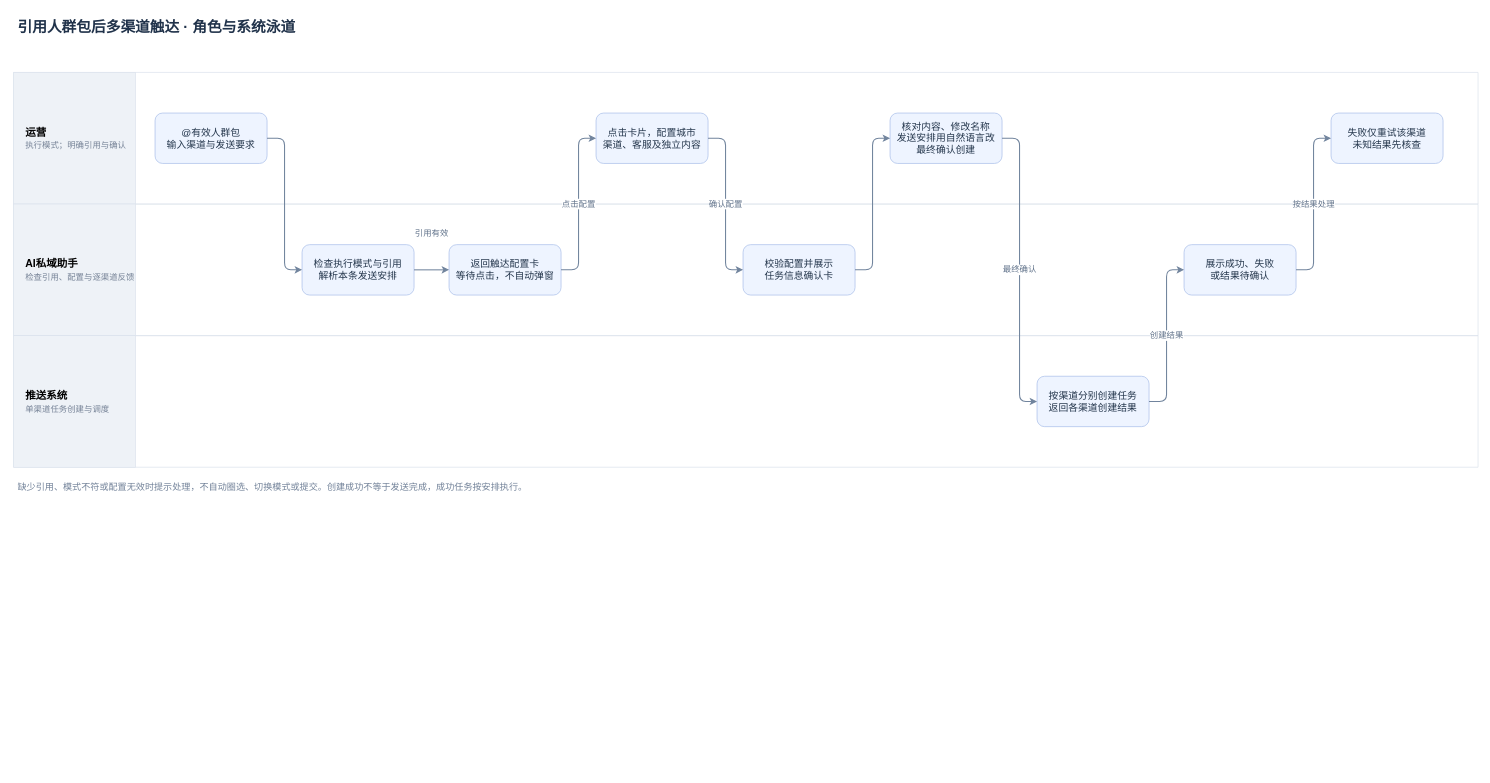
Above: page "引用人群包后多渠道触达｜系统角色泳道" (2 of 3) of message-notifications/消息通知-角色与系统业务流程.drawio in JZT-AI/ai-proactive-activation (draw.io), before the change. Source tidied: cells renumbered, new cells numbered last; positions are measured from the earlier drawing's top-left corner, leaving out a move shared by most shapes. Both pictures are drawn from the tidied source at 70%, with x=0, y=0 at pixel (13, 13).
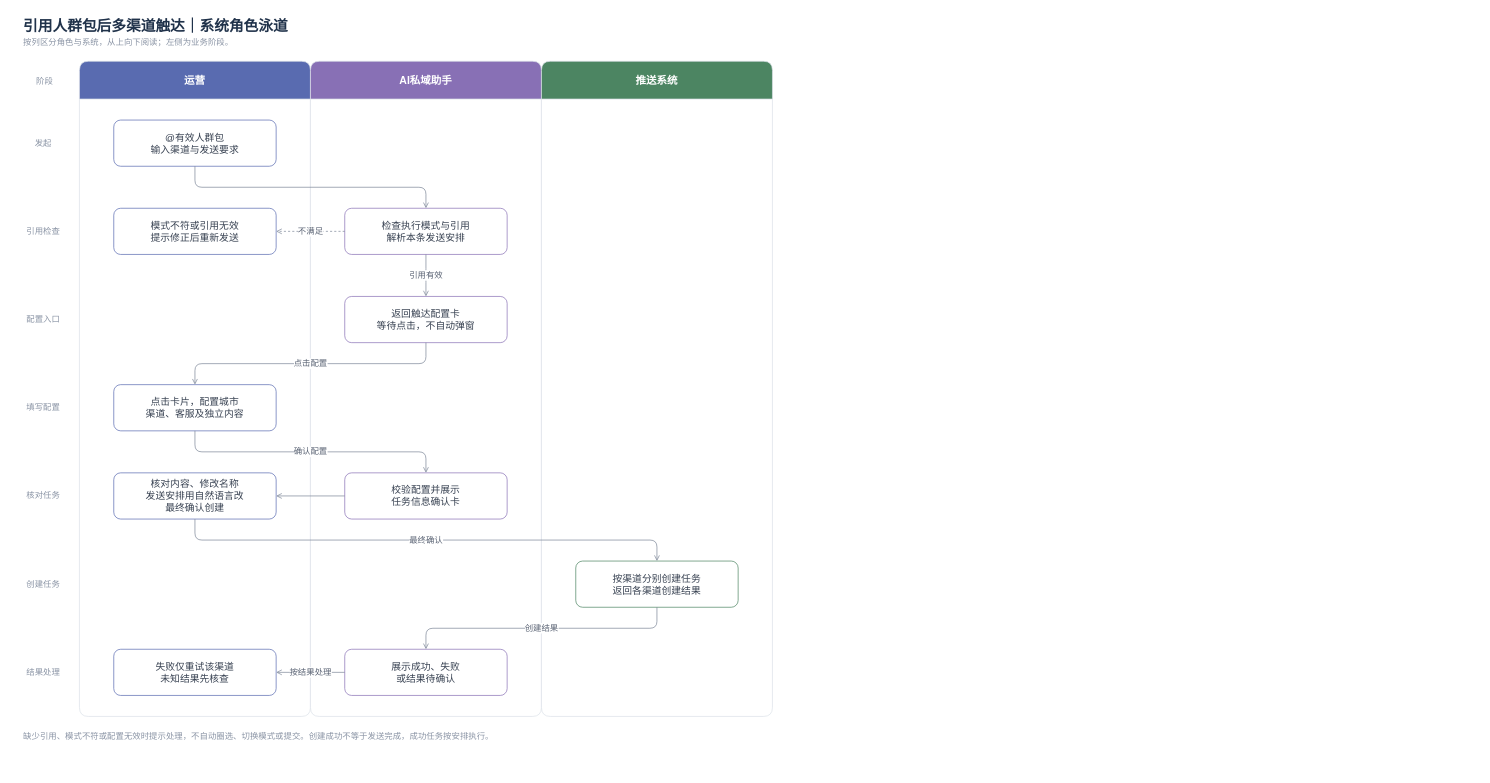
After the change.

Diff of the diagram source:
```diff
@@
-    <mxCell id="2" value="引用人群包后多渠道触达 · 角色与系统泳道" style="text;html=1;fontSize=21;fontStyle=1;fontColor=#20324a;align=left;" parent="1" vertex="1">
-      <mxGeometry x="4" width="2084" height="32" as="geometry" />
+    <mxCell id="2" value="引用人群包后多渠道触达｜系统角色泳道" style="text;html=1;fontSize=21;fontStyle=1;fontColor=#20324a;align=left;" parent="1" vertex="1">
+      <mxGeometry x="12" y="-2" width="1066" height="32" as="geometry" />
     </mxCell>
-    <mxCell id="3" style="swimlane;horizontal=1;startSize=0;fillColor=#ffffff;strokeColor=#dce3ed;" parent="1" vertex="1">
-      <mxGeometry y="84" width="2092" height="188" as="geometry" />
+    <mxCell id="3" value="按列区分角色与系统，从上向下阅读；左侧为业务阶段。" style="text;html=1;fontSize=12;fontColor=#8993a4;align=left;" parent="1" vertex="1">
+      <mxGeometry x="12" y="27" width="1066" height="24" as="geometry" />
     </mxCell>
-    <mxCell id="4" value="运营&lt;br&gt;&lt;font style=&quot;font-size:12px;font-weight:normal;color:#758296&quot;&gt;执行模式；明确引用与确认&lt;/font&gt;" style="rounded=0;whiteSpace=wrap;html=1;fillColor=#eef2f7;strokeColor=#dce3ed;fontSize=15;fontStyle=1;align=left;spacingLeft=15;" parent="3" vertex="1">
-      <mxGeometry width="174" height="188" as="geometry" />
+    <mxCell id="4" value="阶段" style="text;html=1;fontSize=12;fontColor=#8993a4;align=center;" parent="1" vertex="1">
+      <mxGeometry x="6" y="83" width="76" height="24" as="geometry" />
     </mxCell>
-    <mxCell id="5" style="swimlane;horizontal=1;startSize=0;fillColor=#f8fafc;strokeColor=#dce3ed;" parent="1" vertex="1">
-      <mxGeometry y="272" width="2092" height="188" as="geometry" />
+    <mxCell id="5" value="运营" style="swimlane;horizontal=1;startSize=54;rounded=1;arcSize=8;fillColor=#596bb0;swimlaneFillColor=#ffffff;strokeColor=#dce1e9;fontColor=#ffffff;fontSize=15;fontStyle=1;" parent="1" vertex="1">
+      <mxGeometry x="94" y="68" width="330" height="936" as="geometry" />
     </mxCell>
-    <mxCell id="6" value="AI私域助手&lt;br&gt;&lt;font style=&quot;font-size:12px;font-weight:normal;color:#758296&quot;&gt;检查引用、配置与逐渠道反馈&lt;/font&gt;" style="rounded=0;whiteSpace=wrap;html=1;fillColor=#eef2f7;strokeColor=#dce3ed;fontSize=15;fontStyle=1;align=left;spacingLeft=15;" parent="5" vertex="1">
-      <mxGeometry width="174" height="188" as="geometry" />
+    <mxCell id="6" value="AI私域助手" style="swimlane;horizontal=1;startSize=54;rounded=1;arcSize=8;fillColor=#8870b5;swimlaneFillColor=#ffffff;strokeColor=#dce1e9;fontColor=#ffffff;fontSize=15;fontStyle=1;" parent="1" vertex="1">
+      <mxGeometry x="424" y="68" width="330" height="936" as="geometry" />
     </mxCell>
-    <mxCell id="7" style="swimlane;horizontal=1;startSize=0;fillColor=#ffffff;strokeColor=#dce3ed;" parent="1" vertex="1">
-      <mxGeometry y="460" width="2092" height="188" as="geometry" />
+    <mxCell id="7" value="推送系统" style="swimlane;horizontal=1;startSize=54;rounded=1;arcSize=8;fillColor=#4c8562;swimlaneFillColor=#ffffff;strokeColor=#dce1e9;fontColor=#ffffff;fontSize=15;fontStyle=1;" parent="1" vertex="1">
+      <mxGeometry x="754" y="68" width="330" height="936" as="geometry" />
     </mxCell>
-    <mxCell id="8" value="推送系统&lt;br&gt;&lt;font style=&quot;font-size:12px;font-weight:normal;color:#758296&quot;&gt;单渠道任务创建与调度&lt;/font&gt;" style="rounded=0;whiteSpace=wrap;html=1;fillColor=#eef2f7;strokeColor=#dce3ed;fontSize=15;fontStyle=1;align=left;spacingLeft=15;" parent="7" vertex="1">
-      <mxGeometry width="174" height="188" as="geometry" />
+    <mxCell id="8" value="发起" style="text;html=1;fontSize=12;fontColor=#8993a4;align=center;" parent="1" vertex="1">
+      <mxGeometry x="-2" y="171" width="88" height="28" as="geometry" />
     </mxCell>
-    <mxCell id="9" value="@有效人群包&lt;br&gt;输入渠道与发送要求" style="rounded=1;whiteSpace=wrap;html=1;fillColor=#eef4ff;strokeColor=#a8bde8;fontColor=#24364c;fontSize=14;spacing=8;" parent="3" vertex="1">
-      <mxGeometry x="202" y="58" width="160" height="72" as="geometry" />
+    <mxCell id="9" value="引用检查" style="text;html=1;fontSize=12;fontColor=#8993a4;align=center;" parent="1" vertex="1">
+      <mxGeometry x="-2" y="297" width="88" height="28" as="geometry" />
     </mxCell>
-    <mxCell id="10" value="检查执行模式与引用&lt;br&gt;解析本条发送安排" style="rounded=1;whiteSpace=wrap;html=1;fillColor=#eef4ff;strokeColor=#a8bde8;fontColor=#24364c;fontSize=14;spacing=8;" parent="5" vertex="1">
-      <mxGeometry x="412" y="58" width="160" height="72" as="geometry" />
+    <mxCell id="10" value="配置入口" style="text;html=1;fontSize=12;fontColor=#8993a4;align=center;" parent="1" vertex="1">
+      <mxGeometry x="-2" y="423" width="88" height="28" as="geometry" />
     </mxCell>
-    <mxCell id="11" value="返回触达配置卡&lt;br&gt;等待点击，不自动弹窗" style="rounded=1;whiteSpace=wrap;html=1;fillColor=#eef4ff;strokeColor=#a8bde8;fontColor=#24364c;fontSize=14;spacing=8;" parent="5" vertex="1">
-      <mxGeometry x="622" y="58" width="160" height="72" as="geometry" />
+    <mxCell id="11" value="填写配置" style="text;html=1;fontSize=12;fontColor=#8993a4;align=center;" parent="1" vertex="1">
+      <mxGeometry x="-2" y="549" width="88" height="28" as="geometry" />
     </mxCell>
-    <mxCell id="12" value="点击卡片，配置城市&lt;br&gt;渠道、客服及独立内容" style="rounded=1;whiteSpace=wrap;html=1;fillColor=#eef4ff;strokeColor=#a8bde8;fontColor=#24364c;fontSize=14;spacing=8;" parent="3" vertex="1">
-      <mxGeometry x="832" y="58" width="160" height="72" as="geometry" />
+    <mxCell id="12" value="核对任务" style="text;html=1;fontSize=12;fontColor=#8993a4;align=center;" parent="1" vertex="1">
+      <mxGeometry x="-2" y="675" width="88" height="28" as="geometry" />
     </mxCell>
-    <mxCell id="13" value="校验配置并展示&lt;br&gt;任务信息确认卡" style="rounded=1;whiteSpace=wrap;html=1;fillColor=#eef4ff;strokeColor=#a8bde8;fontColor=#24364c;fontSize=14;spacing=8;" parent="5" vertex="1">
-      <mxGeometry x="1042" y="58" width="160" height="72" as="geometry" />
+    <mxCell id="13" value="创建任务" style="text;html=1;fontSize=12;fontColor=#8993a4;align=center;" parent="1" vertex="1">
+      <mxGeometry x="-2" y="801" width="88" height="28" as="geometry" />
     </mxCell>
-    <mxCell id="14" value="核对内容、修改名称&lt;br&gt;发送安排用自然语言改&lt;br&gt;最终确认创建" style="rounded=1;whiteSpace=wrap;html=1;fillColor=#eef4ff;strokeColor=#a8bde8;fontColor=#24364c;fontSize=14;spacing=8;" parent="3" vertex="1">
-      <mxGeometry x="1252" y="58" width="160" height="72" as="geometry" />
+    <mxCell id="14" value="结果处理" style="text;html=1;fontSize=12;fontColor=#8993a4;align=center;" parent="1" vertex="1">
+      <mxGeometry x="-2" y="927" width="88" height="28" as="geometry" />
     </mxCell>
-    <mxCell id="15" value="按渠道分别创建任务&lt;br&gt;返回各渠道创建结果" style="rounded=1;whiteSpace=wrap;html=1;fillColor=#eef4ff;strokeColor=#a8bde8;fontColor=#24364c;fontSize=14;spacing=8;" parent="7" vertex="1">
-      <mxGeometry x="1462" y="58" width="160" height="72" as="geometry" />
+    <mxCell id="15" value="@有效人群包&lt;br&gt;输入渠道与发送要求" style="rounded=1;whiteSpace=wrap;html=1;fillColor=#ffffff;strokeColor=#596bb0;strokeWidth=1;fontColor=#374151;fontSize=14;spacing=8;" parent="5" vertex="1">
+      <mxGeometry x="49" y="84" width="232" height="66" as="geometry" />
     </mxCell>
-    <mxCell id="16" value="展示成功、失败&lt;br&gt;或结果待确认" style="rounded=1;whiteSpace=wrap;html=1;fillColor=#eef4ff;strokeColor=#a8bde8;fontColor=#24364c;fontSize=14;spacing=8;" parent="5" vertex="1">
-      <mxGeometry x="1672" y="58" width="160" height="72" as="geometry" />
+    <mxCell id="16" value="检查执行模式与引用&lt;br&gt;解析本条发送安排" style="rounded=1;whiteSpace=wrap;html=1;fillColor=#ffffff;strokeColor=#8870b5;strokeWidth=1;fontColor=#374151;fontSize=14;spacing=8;" parent="6" vertex="1">
+      <mxGeometry x="49" y="210" width="232" height="66" as="geometry" />
     </mxCell>
-    <mxCell id="17" value="失败仅重试该渠道&lt;br&gt;未知结果先核查" style="rounded=1;whiteSpace=wrap;html=1;fillColor=#eef4ff;strokeColor=#a8bde8;fontColor=#24364c;fontSize=14;spacing=8;" parent="3" vertex="1">
-      <mxGeometry x="1882" y="58" width="160" height="72" as="geometry" />
+    <mxCell id="17" value="返回触达配置卡&lt;br&gt;等待点击，不自动弹窗" style="rounded=1;whiteSpace=wrap;html=1;fillColor=#ffffff;strokeColor=#8870b5;strokeWidth=1;fontColor=#374151;fontSize=14;spacing=8;" parent="6" vertex="1">
+      <mxGeometry x="49" y="336" width="232" height="66" as="geometry" />
     </mxCell>
-    <mxCell id="18" style="edgeStyle=orthogonalEdgeStyle;rounded=1;html=1;strokeColor=#71849d;strokeWidth=1.5;fontSize=12;fontColor=#60728a;labelBackgroundColor=#ffffff;exitX=1;exitY=0.5;entryX=0;entryY=0.5;" parent="1" edge="1" source="9" target="10">
-      <mxGeometry relative="1" as="geometry">
-        <Array as="points">
-          <mxPoint x="387" y="178" />
-          <mxPoint x="387" y="366" />
-        </Array>
-      </mxGeometry>
+    <mxCell id="18" value="点击卡片，配置城市&lt;br&gt;渠道、客服及独立内容" style="rounded=1;whiteSpace=wrap;html=1;fillColor=#ffffff;strokeColor=#596bb0;strokeWidth=1;fontColor=#374151;fontSize=14;spacing=8;" parent="5" vertex="1">
+      <mxGeometry x="49" y="462" width="232" height="66" as="geometry" />
     </mxCell>
-    <mxCell id="19" value="引用有效" style="edgeStyle=orthogonalEdgeStyle;rounded=1;html=1;strokeColor=#71849d;strokeWidth=1.5;fontSize=12;fontColor=#60728a;labelBackgroundColor=#ffffff;exitX=1;exitY=0.5;entryX=0;entryY=0.5;" parent="1" edge="1" source="10" target="11">
-      <mxGeometry relative="1" as="geometry">
-        <Array as="points">
-          <mxPoint x="597" y="366" />
-          <mxPoint x="597" y="366" />
-        </Array>
-        <mxPoint y="-52" as="offset" />
-      </mxGeometry>
+    <mxCell id="19" value="校验配置并展示&lt;br&gt;任务信息确认卡" style="rounded=1;whiteSpace=wrap;html=1;fillColor=#ffffff;strokeColor=#8870b5;strokeWidth=1;fontColor=#374151;fontSize=14;spacing=8;" parent="6" vertex="1">
+      <mxGeometry x="49" y="588" width="232" height="66" as="geometry" />
     </mxCell>
-    <mxCell id="20" value="点击配置" style="edgeStyle=orthogonalEdgeStyle;rounded=1;html=1;strokeColor=#71849d;strokeWidth=1.5;fontSize=12;fontColor=#60728a;labelBackgroundColor=#ffffff;exitX=1;exitY=0.5;entryX=0;entryY=0.5;" parent="1" edge="1" source="11" target="12">
-      <mxGeometry relative="1" as="geometry">
-        <Array as="points">
-          <mxPoint x="807" y="366" />
-          <mxPoint x="807" y="178" />
-        </Array>
-      </mxGeometry>
+    <mxCell id="20" value="核对内容、修改名称&lt;br&gt;发送安排用自然语言改&lt;br&gt;最终确认创建" style="rounded=1;whiteSpace=wrap;html=1;fillColor=#ffffff;strokeColor=#596bb0;strokeWidth=1;fontColor=#374151;fontSize=14;spacing=8;" parent="5" vertex="1">
+      <mxGeometry x="49" y="588" width="232" height="66" as="geometry" />
     </mxCell>
-    <mxCell id="21" value="确认配置" style="edgeStyle=orthogonalEdgeStyle;rounded=1;html=1;strokeColor=#71849d;strokeWidth=1.5;fontSize=12;fontColor=#60728a;labelBackgroundColor=#ffffff;exitX=1;exitY=0.5;entryX=0;entryY=0.5;" parent="1" edge="1" source="12" target="13">
-      <mxGeometry relative="1" as="geometry">
-        <Array as="points">
-          <mxPoint x="1017" y="178" />
-          <mxPoint x="1017" y="366" />
-        </Array>
-      </mxGeometry>
+    <mxCell id="21" value="按渠道分别创建任务&lt;br&gt;返回各渠道创建结果" style="rounded=1;whiteSpace=wrap;html=1;fillColor=#ffffff;strokeColor=#4c8562;strokeWidth=1;fontColor=#374151;fontSize=14;spacing=8;" parent="7" vertex="1">
+      <mxGeometry x="49" y="714" width="232" height="66" as="geometry" />
     </mxCell>
-    <mxCell id="22" style="edgeStyle=orthogonalEdgeStyle;rounded=1;html=1;strokeColor=#71849d;strokeWidth=1.5;fontSize=12;fontColor=#60728a;labelBackgroundColor=#ffffff;exitX=1;exitY=0.5;entryX=0;entryY=0.5;" parent="1" edge="1" source="13" target="14">
-      <mxGeometry relative="1" as="geometry">
-        <Array as="points">
-          <mxPoint x="1227" y="366" />
-          <mxPoint x="1227" y="178" />
-        </Array>
-      </mxGeometry>
+    <mxCell id="22" value="展示成功、失败&lt;br&gt;或结果待确认" style="rounded=1;whiteSpace=wrap;html=1;fillColor=#ffffff;strokeColor=#8870b5;strokeWidth=1;fontColor=#374151;fontSize=14;spacing=8;" parent="6" vertex="1">
+      <mxGeometry x="49" y="840" width="232" height="66" as="geometry" />
     </mxCell>
-    <mxCell id="23" value="最终确认" style="edgeStyle=orthogonalEdgeStyle;rounded=1;html=1;strokeColor=#71849d;strokeWidth=1.5;fontSize=12;fontColor=#60728a;labelBackgroundColor=#ffffff;exitX=1;exitY=0.5;entryX=0;entryY=0.5;" parent="1" edge="1" source="14" target="15">
-      <mxGeometry relative="1" as="geometry">
-        <Array as="points">
-          <mxPoint x="1437" y="178" />
-          <mxPoint x="1437" y="554" />
-        </Array>
-      </mxGeometry>
+    <mxCell id="23" value="失败仅重试该渠道&lt;br&gt;未知结果先核查" style="rounded=1;whiteSpace=wrap;html=1;fillColor=#ffffff;strokeColor=#596bb0;strokeWidth=1;fontColor=#374151;fontSize=14;spacing=8;" parent="5" vertex="1">
+      <mxGeometry x="49" y="840" width="232" height="66" as="geometry" />
     </mxCell>
-    <mxCell id="24" value="创建结果" style="edgeStyle=orthogonalEdgeStyle;rounded=1;html=1;strokeColor=#71849d;strokeWidth=1.5;fontSize=12;fontColor=#60728a;labelBackgroundColor=#ffffff;exitX=1;exitY=0.5;entryX=0;entryY=0.5;" parent="1" edge="1" source="15" target="16">
-      <mxGeometry relative="1" as="geometry">
-        <Array as="points">
-          <mxPoint x="1647" y="554" />
-          <mxPoint x="1647" y="366" />
-        </Array>
-      </mxGeometry>
+    <mxCell id="24" value="模式不符或引用无效&lt;br&gt;提示修正后重新发送" style="rounded=1;whiteSpace=wrap;html=1;fillColor=#ffffff;strokeColor=#596bb0;strokeWidth=1;fontColor=#374151;fontSize=14;spacing=8;" parent="5" vertex="1">
+      <mxGeometry x="49" y="210" width="232" height="66" as="geometry" />
     </mxCell>
-    <mxCell id="25" value="按结果处理" style="edgeStyle=orthogonalEdgeStyle;rounded=1;html=1;strokeColor=#71849d;strokeWidth=1.5;fontSize=12;fontColor=#60728a;labelBackgroundColor=#ffffff;exitX=1;exitY=0.5;entryX=0;entryY=0.5;" parent="1" edge="1" source="16" target="17">
+    <mxCell id="25" style="edgeStyle=orthogonalEdgeStyle;rounded=1;html=1;strokeColor=#7d8798;strokeWidth=1;fontSize=12;fontColor=#596273;labelBackgroundColor=#ffffff;endArrow=open;endFill=0;exitX=0.5;exitY=1;entryX=0.5;entryY=0;" parent="1" edge="1" source="15" target="16">
       <mxGeometry relative="1" as="geometry">
         <Array as="points">
-          <mxPoint x="1857" y="366" />
-          <mxPoint x="1857" y="178" />
+          <mxPoint x="259" y="248" />
+          <mxPoint x="589" y="248" />
         </Array>
       </mxGeometry>
     </mxCell>
-    <mxCell id="26" value="缺少引用、模式不符或配置无效时提示处理，不自动圈选、切换模式或提交。创建成功不等于发送完成，成功任务按安排执行。" style="text;html=1;whiteSpace=wrap;fontSize=13;fontColor=#718198;align=left;" parent="1" vertex="1">
-      <mxGeometry x="4" y="662" width="2084" height="62" as="geometry" />
+    <mxCell id="26" value="引用有效" style="edgeStyle=orthogonalEdgeStyle;rounded=1;html=1;strokeColor=#7d8798;strokeWidth=1;fontSize=12;fontColor=#596273;labelBackgroundColor=#ffffff;endArrow=open;endFill=0;exitX=0.5;exitY=1;entryX=0.5;entryY=0;" parent="1" edge="1" source="16" target="17">
+      <mxGeometry relative="1" as="geometry">
+        <Array as="points">
+          <mxPoint x="589" y="374" />
+          <mxPoint x="589" y="374" />
+        </Array>
+      </mxGeometry>
     </mxCell>
+    <mxCell id="27" value="点击配置" style="edgeStyle=orthogonalEdgeStyle;rounded=1;html=1;strokeColor=#7d8798;strokeWidth=1;fontSize=12;fontColor=#596273;labelBackgroundColor=#ffffff;endArrow=open;endFill=0;exitX=0.5;exitY=1;entryX=0.5;entryY=0;" parent="1" edge="1" source="17" target="18">
+      <mxGeometry relative="1" as="geometry">
+        <Array as="points">
+          <mxPoint x="589" y="500" />
+          <mxPoint x="259" y="500" />
+        </Array>
+      </mxGeometry>
+    </mxCell>
+    <mxCell id="28" value="确认配置" style="edgeStyle=orthogonalEdgeStyle;rounded=1;html=1;strokeColor=#7d8798;strokeWidth=1;fontSize=12;fontColor=#596273;labelBackgroundColor=#ffffff;endArrow=open;endFill=0;exitX=0.5;exitY=1;entryX=0.5;entryY=0;" parent="1" edge="1" source="18" target="19">
+      <mxGeometry relative="1" as="geometry">
+        <Array as="points">
+          <mxPoint x="259" y="626" />
+          <mxPoint x="589" y="626" />
+        </Array>
+      </mxGeometry>
+    </mxCell>
+    <mxCell id="29" style="edgeStyle=orthogonalEdgeStyle;rounded=1;html=1;strokeColor=#7d8798;strokeWidth=1;fontSize=12;fontColor=#596273;labelBackgroundColor=#ffffff;endArrow=open;endFill=0;exitX=0;exitY=0.5;entryX=1;entryY=0.5;" parent="1" edge="1" source="19" target="20">
+      <mxGeometry relative="1" as="geometry" />
+    </mxCell>
+    <mxCell id="30" value="最终确认" style="edgeStyle=orthogonalEdgeStyle;rounded=1;html=1;strokeColor=#7d8798;strokeWidth=1;fontSize=12;fontColor=#596273;labelBackgroundColor=#ffffff;endArrow=open;endFill=0;exitX=0.5;exitY=1;entryX=0.5;entryY=0;" parent="1" edge="1" source="20" target="21">
+      <mxGeometry relative="1" as="geometry">
+        <Array as="points">
+          <mxPoint x="259" y="752" />
+          <mxPoint x="919" y="752" />
+        </Array>
+      </mxGeometry>
+    </mxCell>
+    <mxCell id="31" value="创建结果" style="edgeStyle=orthogonalEdgeStyle;rounded=1;html=1;strokeColor=#7d8798;strokeWidth=1;fontSize=12;fontColor=#596273;labelBackgroundColor=#ffffff;endArrow=open;endFill=0;exitX=0.5;exitY=1;entryX=0.5;entryY=0;" parent="1" edge="1" source="21" target="22">
+      <mxGeometry relative="1" as="geometry">
+        <Array as="points">
+          <mxPoint x="919" y="878" />
+          <mxPoint x="589" y="878" />
+        </Array>
+      </mxGeometry>
+    </mxCell>
+    <mxCell id="32" value="按结果处理" style="edgeStyle=orthogonalEdgeStyle;rounded=1;html=1;strokeColor=#7d8798;strokeWidth=1;fontSize=12;fontColor=#596273;labelBackgroundColor=#ffffff;endArrow=open;endFill=0;exitX=0;exitY=0.5;entryX=1;entryY=0.5;" parent="1" edge="1" source="22" target="23">
+      <mxGeometry relative="1" as="geometry" />
+    </mxCell>
+    <mxCell id="33" value="不满足" style="edgeStyle=orthogonalEdgeStyle;rounded=1;html=1;strokeColor=#7d8798;strokeWidth=1;fontSize=12;fontColor=#596273;labelBackgroundColor=#ffffff;endArrow=open;endFill=0;exitX=0;exitY=0.5;entryX=1;entryY=0.5;dashed=1;dashPattern=3 3;" parent="1" edge="1" source="16" target="24">
+      <mxGeometry relative="1" as="geometry" />
+    </mxCell>
+    <mxCell id="34" value="缺少引用、模式不符或配置无效时提示处理，不自动圈选、切换模式或提交。创建成功不等于发送完成，成功任务按安排执行。" style="text;html=1;whiteSpace=wrap;fontSize=12;fontColor=#8993a4;align=left;" parent="1" vertex="1">
+      <mxGeometry x="12" y="1018" width="1066" height="64" as="geometry" />
+    </mxCell>
```
